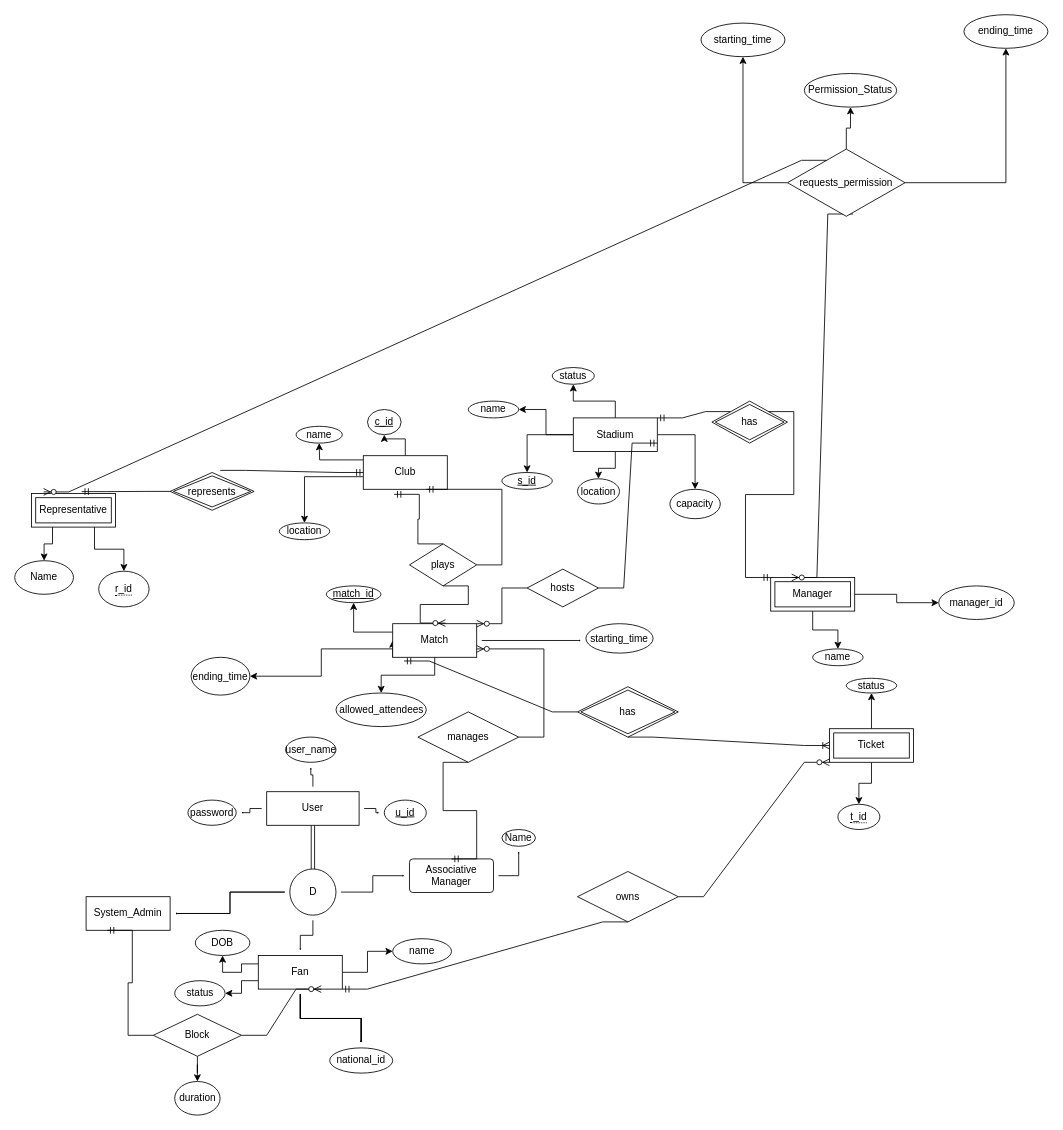
Aelmeky/Stadium_tickets_system keeps this draw.io diagram as MileStone(1).drawio. Above is the earlier version. Source tidied: cells renumbered, new cells numbered last; positions are measured from the earlier drawing's top-left corner, leaving out a move shared by most shapes. Both pictures are drawn from the tidied source at 84%, with x=0, y=0 at pixel (14, 14).
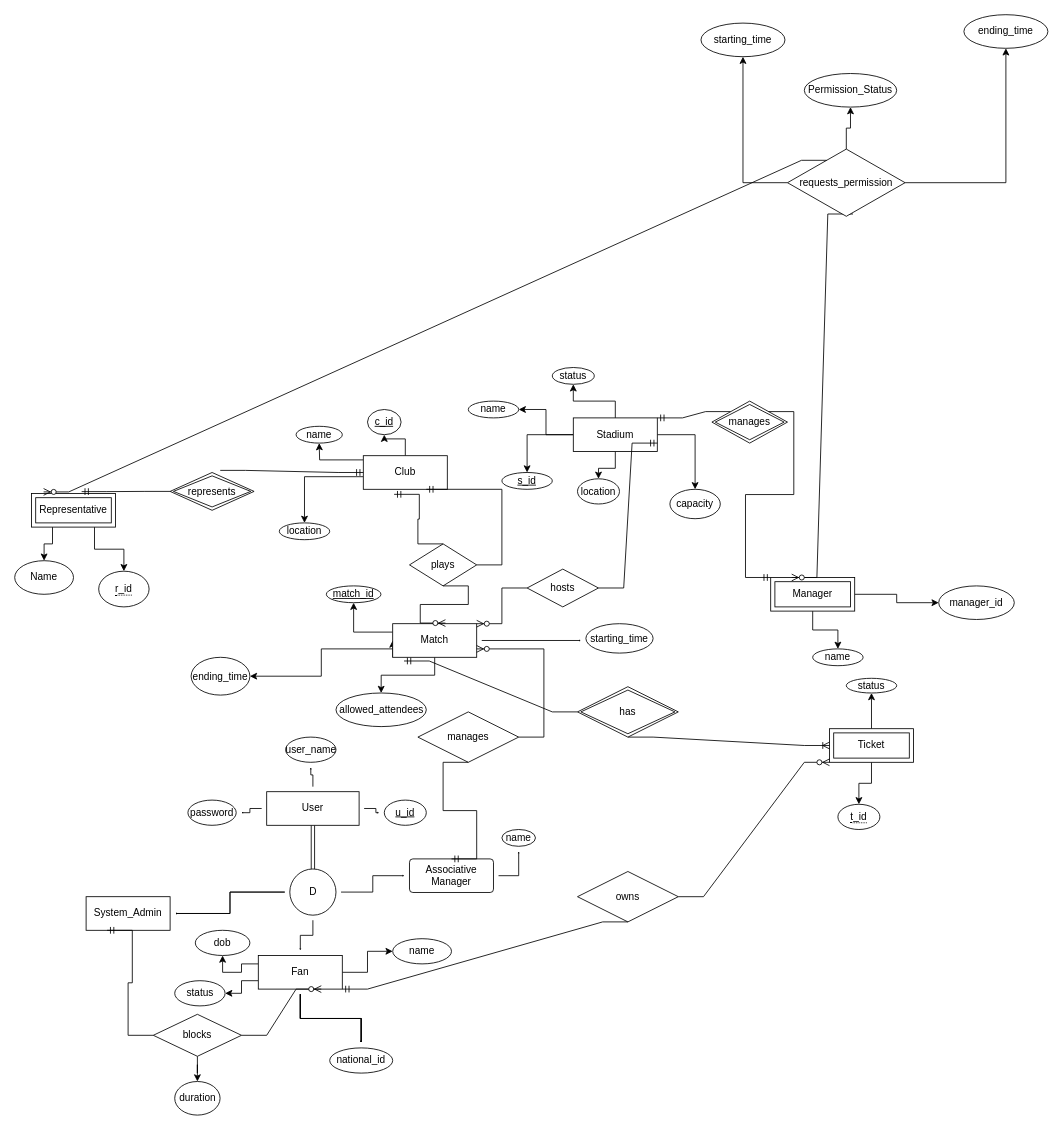
After the change.

Commit message:
fix: Applying a more suitable relation name.

What changed in the source:
```diff
@@
-    <mxCell id="54" value="Name" style="ellipse;whiteSpace=wrap;html=1;align=center;" parent="1" vertex="1">
+    <mxCell id="54" value="name" style="ellipse;whiteSpace=wrap;html=1;align=center;" parent="1" vertex="1">
       <mxGeometry x="580" y="970" width="40" height="20" as="geometry" />
     </mxCell>
-    <mxCell id="55" value="DOB" style="ellipse;whiteSpace=wrap;html=1;align=center;" parent="1" vertex="1">
+    <mxCell id="55" value="dob" style="ellipse;whiteSpace=wrap;html=1;align=center;" parent="1" vertex="1">
       <mxGeometry x="215" y="1090" width="65" height="30" as="geometry" />
     </mxCell>
@@
-    <mxCell id="87" value="has" style="shape=rhombus;double=1;perimeter=rhombusPerimeter;whiteSpace=wrap;html=1;align=center;" parent="1" vertex="1">
+    <mxCell id="87" value="manages" style="shape=rhombus;double=1;perimeter=rhombusPerimeter;whiteSpace=wrap;html=1;align=center;" parent="1" vertex="1">
       <mxGeometry x="830" y="460" width="90" height="50" as="geometry" />
     </mxCell>
@@
-    <mxCell id="107" value="Block" style="shape=rhombus;perimeter=rhombusPerimeter;whiteSpace=wrap;html=1;align=center;" parent="1" vertex="1">
+    <mxCell id="107" value="blocks" style="shape=rhombus;perimeter=rhombusPerimeter;whiteSpace=wrap;html=1;align=center;" parent="1" vertex="1">
       <mxGeometry x="165" y="1190" width="105" height="50" as="geometry" />
     </mxCell>
```
